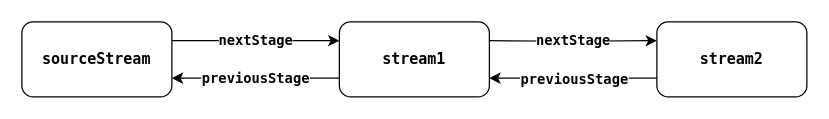
Above: java-se/Stream/未命名绘图.drawio in Xianhuii/draw (draw.io), before the change. Source tidied: cells renumbered, new cells numbered last; positions are measured from the earlier drawing's top-left corner, leaving out a move shared by most shapes. Both pictures are drawn from the tidied source at 125%, with x=0, y=0 at pixel (21, 21).
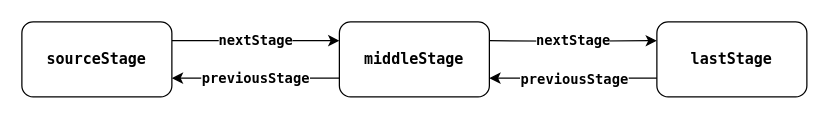
The same page after the edit.

Commit message (it also covers changes not shown here):
更新未命名绘图.drawio

Change to the diagram source:
```diff
@@
 <mxGraphModel>
   <root>
     <mxCell id="0" />
     <mxCell id="1" parent="0" />
     <mxCell id="2" value="nextStage" style="edgeStyle=orthogonalEdgeStyle;rounded=0;jettySize=auto;html=1;entryX=0;entryY=0.25;entryDx=0;entryDy=0;exitX=1;exitY=0.25;exitDx=0;exitDy=0;fontStyle=1;fontFamily=Lucida Console;" parent="1" edge="1" source="3" target="4">
       <mxGeometry relative="1" as="geometry" />
     </mxCell>
-    <mxCell id="3" value="sourceStream" style="rounded=1;whiteSpace=wrap;html=1;fontStyle=1;fontFamily=Lucida Console;" parent="1" vertex="1">
+    <mxCell id="3" value="sourceStage" style="rounded=1;whiteSpace=wrap;html=1;fontStyle=1;fontFamily=Lucida Console;" parent="1" vertex="1">
       <mxGeometry width="120" height="60" as="geometry" />
     </mxCell>
-    <mxCell id="4" value="stream1" style="rounded=1;whiteSpace=wrap;html=1;fontStyle=1;fontFamily=Lucida Console;" parent="1" vertex="1">
+    <mxCell id="4" value="middleStage" style="rounded=1;whiteSpace=wrap;html=1;fontStyle=1;fontFamily=Lucida Console;" parent="1" vertex="1">
       <mxGeometry x="254" width="120" height="60" as="geometry" />
     </mxCell>
     <mxCell id="5" value="previousStage" style="edgeStyle=orthogonalEdgeStyle;rounded=0;jettySize=auto;html=1;exitX=0;exitY=0.75;exitDx=0;exitDy=0;entryX=1;entryY=0.75;entryDx=0;entryDy=0;fontStyle=1;fontFamily=Lucida Console;" parent="1" edge="1" source="4" target="3">
       <mxGeometry relative="1" as="geometry" />
     </mxCell>
     <mxCell id="6" value="nextStage" style="edgeStyle=orthogonalEdgeStyle;rounded=0;jettySize=auto;html=1;entryX=0;entryY=0.25;entryDx=0;entryDy=0;exitX=1;exitY=0.25;exitDx=0;exitDy=0;fontStyle=1;fontFamily=Lucida Console;" parent="1" edge="1" target="7">
       <mxGeometry relative="1" as="geometry">
         <mxPoint x="374" y="15" as="sourcePoint" />
       </mxGeometry>
     </mxCell>
-    <mxCell id="7" value="stream2" style="rounded=1;whiteSpace=wrap;html=1;fontStyle=1;fontFamily=Lucida Console;" parent="1" vertex="1">
+    <mxCell id="7" value="&lt;span&gt;lastStage&lt;/span&gt;" style="rounded=1;whiteSpace=wrap;html=1;fontStyle=1;fontFamily=Lucida Console;" parent="1" vertex="1">
       <mxGeometry x="508" width="120" height="60" as="geometry" />
     </mxCell>
     <mxCell id="8" value="previousStage" style="edgeStyle=orthogonalEdgeStyle;rounded=0;jettySize=auto;html=1;exitX=0;exitY=0.75;exitDx=0;exitDy=0;entryX=1;entryY=0.75;entryDx=0;entryDy=0;fontStyle=1;fontFamily=Lucida Console;" parent="1" edge="1" source="7">
       <mxGeometry relative="1" as="geometry">
         <mxPoint x="374" y="45" as="targetPoint" />
       </mxGeometry>
     </mxCell>
   </root>
 </mxGraphModel>
```
